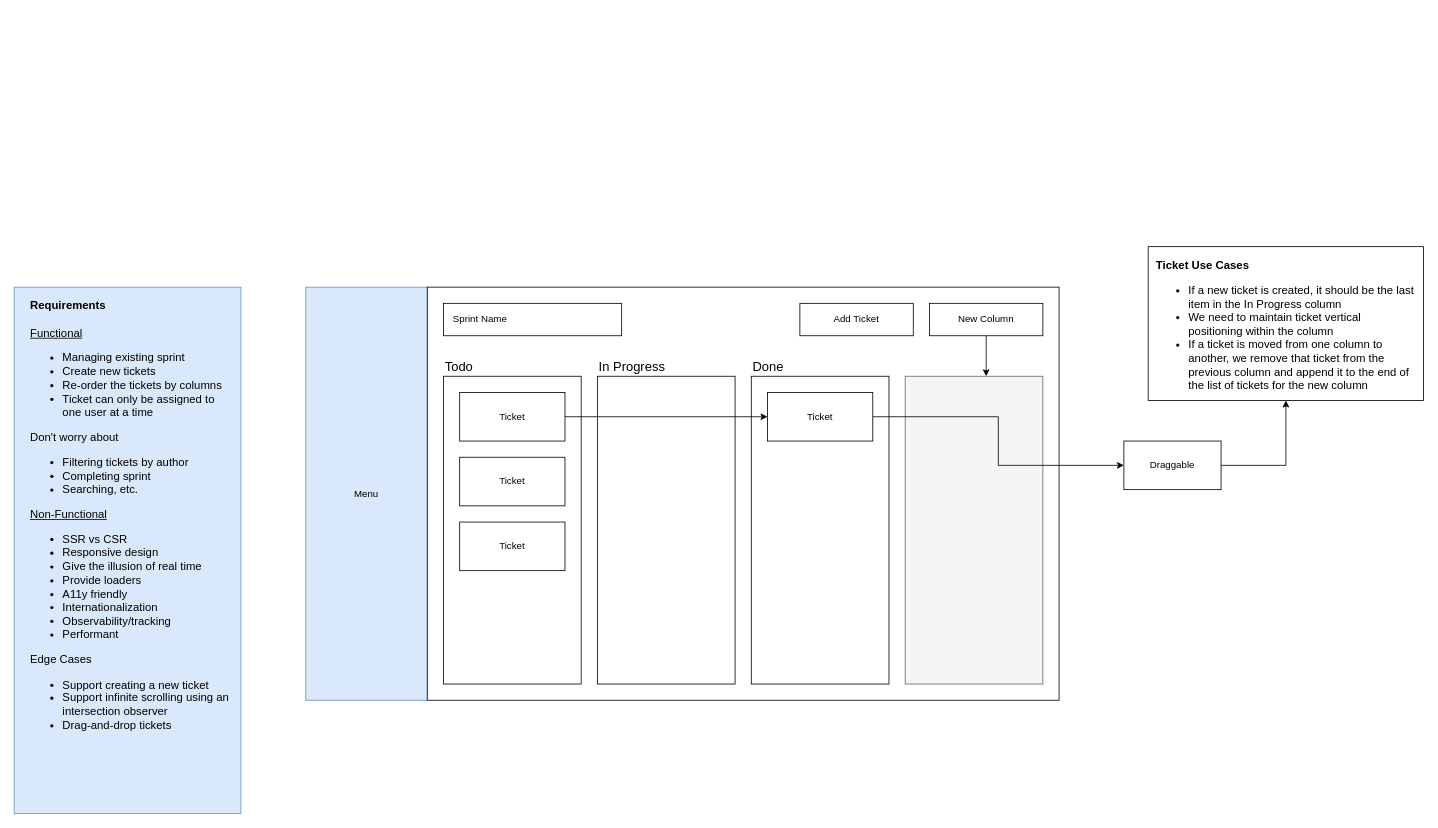
This is jira.drawio from nallenscott/bobross, a draw.io file, before an edit. Source tidied: cells renumbered, new cells numbered last; positions are measured from the earlier drawing's top-left corner, leaving out a move shared by most shapes. Both pictures are drawn from the tidied source at 81%, with x=0, y=0 at pixel (14, 246).
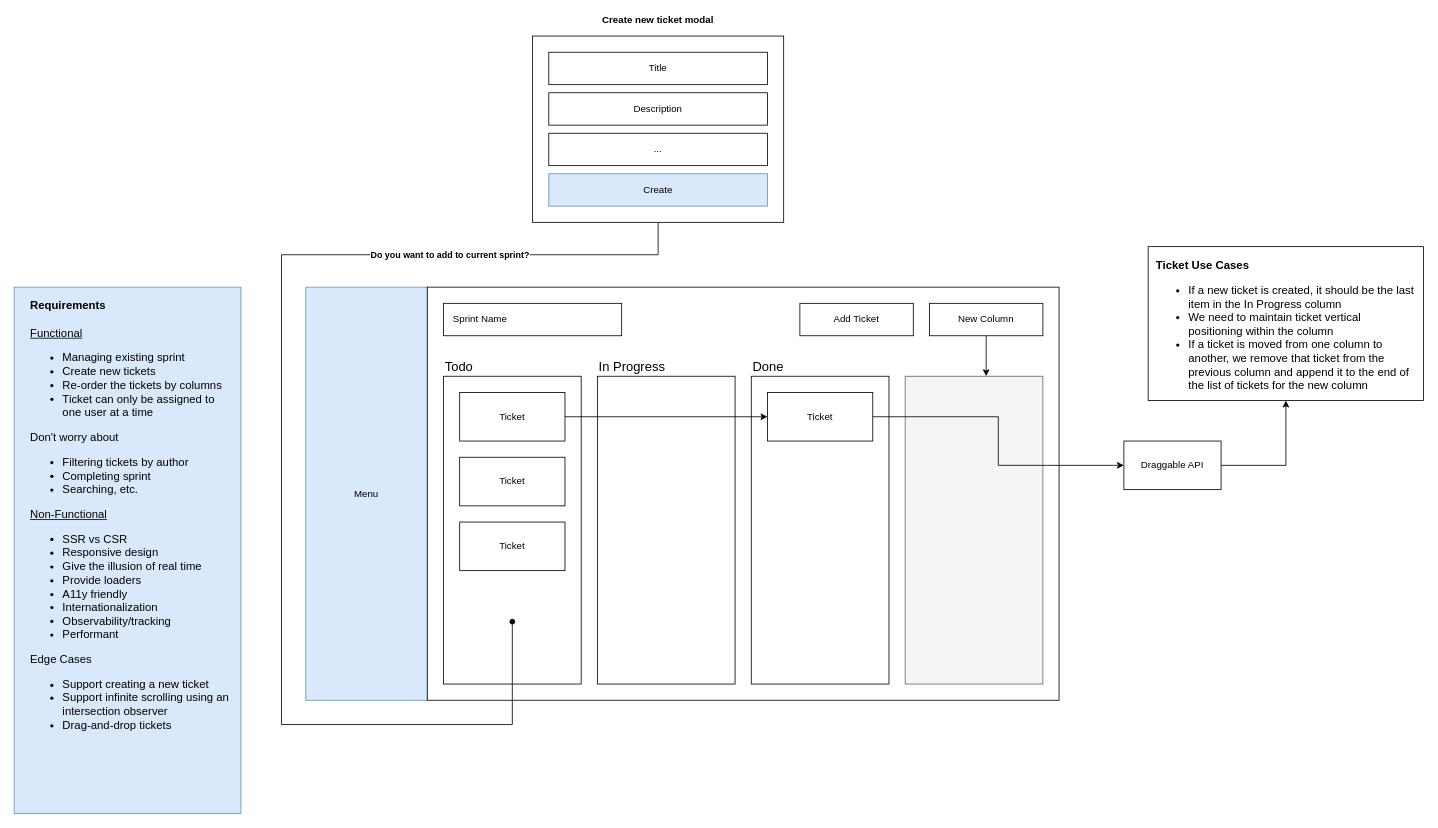
After the change.

Diff of the diagram source:
```diff
@@
-    <mxCell id="19" value="Draggable" style="rounded=0;whiteSpace=wrap;html=1;" parent="1" vertex="1">
+    <mxCell id="19" value="Draggable API" style="rounded=0;whiteSpace=wrap;html=1;" parent="1" vertex="1">
       <mxGeometry x="1370" y="240" width="120" height="60" as="geometry" />
     </mxCell>
@@
+    <mxCell id="22" style="edgeStyle=orthogonalEdgeStyle;rounded=0;jettySize=auto;html=1;endArrow=oval;endFill=1;" parent="1" edge="1" source="24">
+      <mxGeometry relative="1" as="geometry">
+        <mxPoint x="615" y="463" as="targetPoint" />
+        <Array as="points">
+          <mxPoint x="795" y="10" />
+          <mxPoint x="330" y="10" />
+          <mxPoint x="330" y="590" />
+          <mxPoint x="615" y="590" />
+        </Array>
+      </mxGeometry>
+    </mxCell>
+    <mxCell id="23" value="Do you want to add to current sprint?" style="edgeLabel;html=1;align=center;verticalAlign=middle;fontStyle=1;" parent="22" vertex="1">
+      <mxGeometry x="-0.6" y="2" relative="1" as="geometry">
+        <mxPoint x="1" y="-2" as="offset" />
+      </mxGeometry>
+    </mxCell>
+    <mxCell id="24" value="Create new ticket modal" style="rounded=0;whiteSpace=wrap;html=1;labelPosition=center;verticalLabelPosition=top;align=center;verticalAlign=bottom;spacingBottom=10;fontStyle=1;" parent="1" vertex="1">
+      <mxGeometry x="640" y="-260" width="310" height="230" as="geometry" />
+    </mxCell>
+    <mxCell id="25" value="Title" style="rounded=0;whiteSpace=wrap;html=1;" parent="1" vertex="1">
+      <mxGeometry x="660" y="-240" width="270" height="40" as="geometry" />
+    </mxCell>
+    <mxCell id="26" value="Description" style="rounded=0;whiteSpace=wrap;html=1;" parent="1" vertex="1">
+      <mxGeometry x="660" y="-190" width="270" height="40" as="geometry" />
+    </mxCell>
+    <mxCell id="27" value="Create" style="rounded=0;whiteSpace=wrap;html=1;fillColor=#dae8fc;strokeColor=#6c8ebf;" parent="1" vertex="1">
+      <mxGeometry x="660" y="-90" width="270" height="40" as="geometry" />
+    </mxCell>
+    <mxCell id="28" value="..." style="rounded=0;whiteSpace=wrap;html=1;" parent="1" vertex="1">
+      <mxGeometry x="660" y="-140" width="270" height="40" as="geometry" />
+    </mxCell>
```
